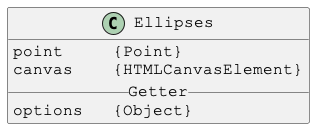
This is docs/PlantUml/image/Ellipses.png from Justin-Byrne/canvasLab, a PlantUML export, as it was before one commit.
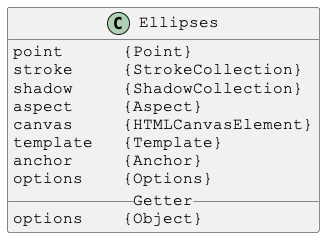
After the change.

The edit, as a diff of the source:
```diff
@@ -4,10 +4,16 @@
 skinparam DefaultFontName Courier New
 
 class Ellipses {
-point     {Point}
-canvas    {HTMLCanvasElement}
+point      {Point}
+stroke     {StrokeCollection}
+shadow     {ShadowCollection}
+aspect     {Aspect}
+canvas     {HTMLCanvasElement}
+template   {Template}
+anchor     {Anchor}
+options    {Options}
 __ Getter __
-options   {Object}
+options    {Object}
 }
 
 @enduml
```
